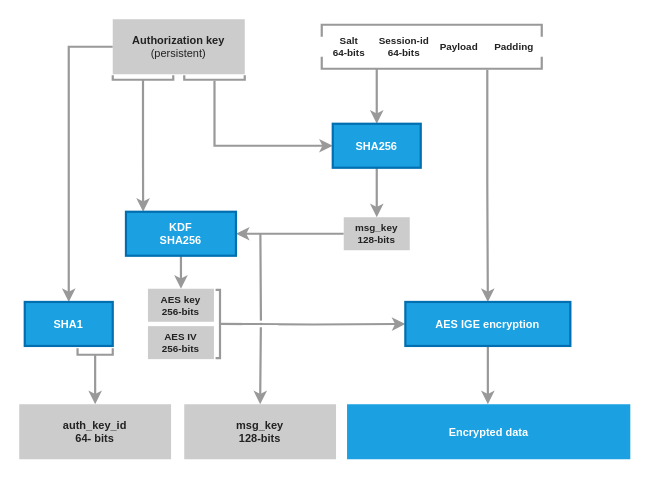
Earlier version of the draw.io diagram images_source/cloud-chats.drawio (AlessandroZanatta/Bachelor-Thesis). Source tidied: cells renumbered, new cells numbered last; positions are measured from the earlier drawing's top-left corner, leaving out a move shared by most shapes. Both pictures are drawn from the tidied source at 110%, with x=0, y=0 at pixel (19, 19).
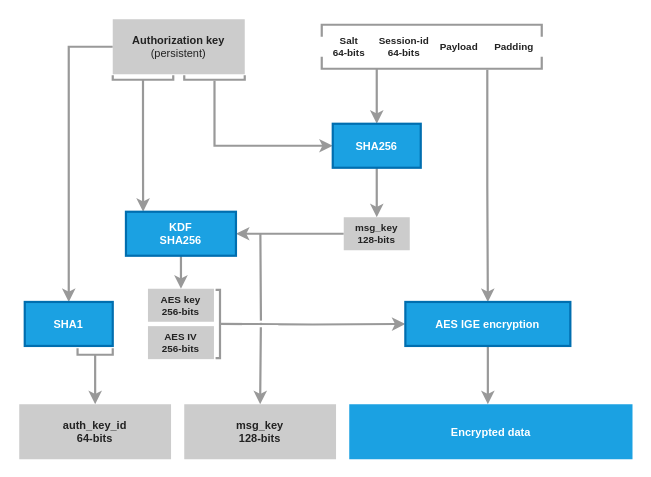
Above is the later version.

Commit message (it also covers changes not shown here):
Refactored msc figures (both visually and code-wise). Added description of the secret chat protocol.

Diff of the diagram source:
```diff
@@
-    <mxCell id="30" value="&lt;div&gt;auth_key_id&lt;/div&gt;&lt;div&gt;64- bits&lt;br&gt;&lt;/div&gt;" style="rounded=0;whiteSpace=wrap;html=1;fontStyle=1;fontColor=#222222;fontSize=10;strokeColor=none;fillColor=#CCCCCC;" parent="1" vertex="1">
+    <mxCell id="30" value="&lt;div&gt;auth_key_id&lt;/div&gt;&lt;div&gt;64-bits&lt;br&gt;&lt;/div&gt;" style="rounded=0;whiteSpace=wrap;html=1;fontStyle=1;fontColor=#222222;fontSize=10;strokeColor=none;fillColor=#CCCCCC;" parent="1" vertex="1">
       <mxGeometry y="350" width="138" height="50" as="geometry" />
     </mxCell>
@@
     <mxCell id="33" value="Encrypted data" style="rounded=0;whiteSpace=wrap;html=1;fontSize=10;strokeWidth=2;fillColor=#1ba1e2;fontColor=#ffffff;fontStyle=1;strokeColor=none;" parent="1" vertex="1">
-      <mxGeometry x="298" y="350" width="257.5" height="50" as="geometry" />
+      <mxGeometry x="300" y="350" width="257.5" height="50" as="geometry" />
     </mxCell>
```
